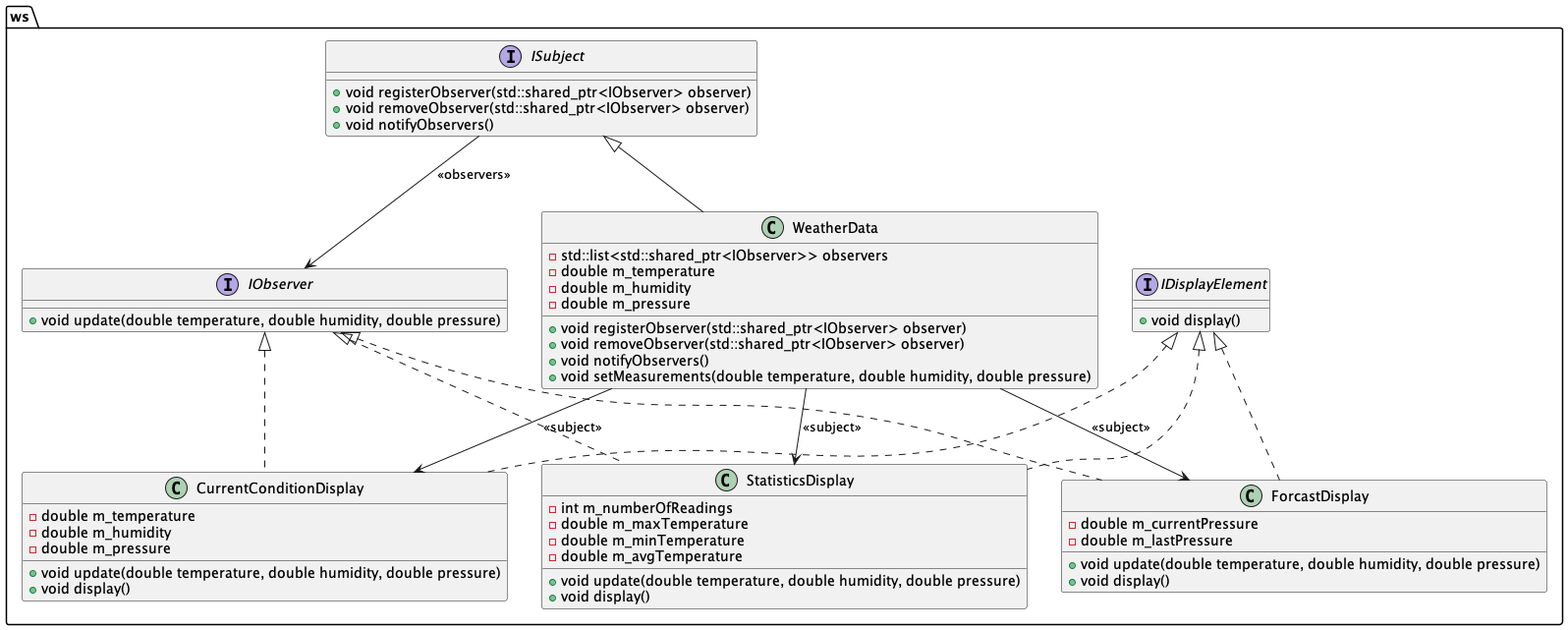
Earlier version of the PlantUML export chapter-02-observer/docs/class-diagram.png (mrezabayat/head-first-design-patterns).
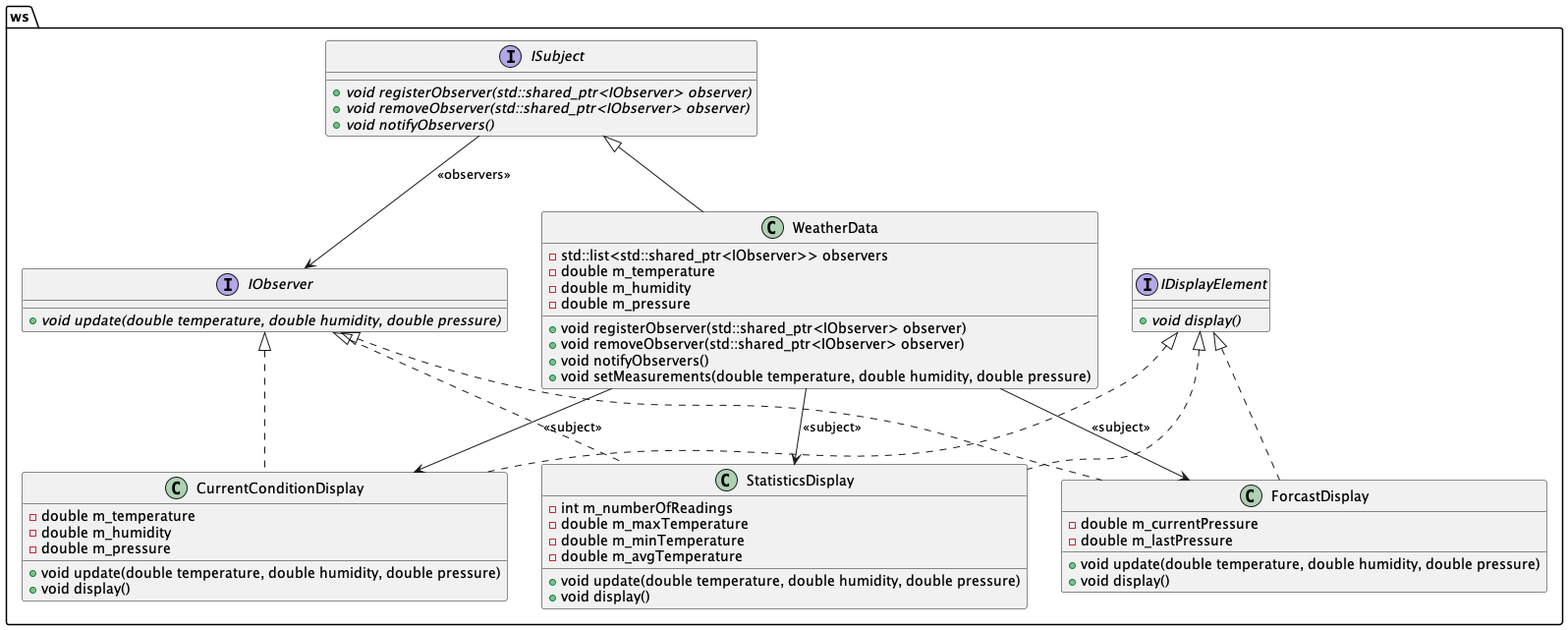
After the change.

Commit message:
Correct the abstract methods in the UML diagrams

What changed in the source:
```diff
@@ -3,17 +3,17 @@
 namespace ws {
 
 interface IObserver {
-  +void update(double temperature, double humidity, double pressure)
+  +{abstract} void update(double temperature, double humidity, double pressure)
 }
 
 interface ISubject {
-  +void registerObserver(std::shared_ptr<IObserver> observer)
-  +void removeObserver(std::shared_ptr<IObserver> observer)
-  +void notifyObservers()
+  +{abstract} void registerObserver(std::shared_ptr<IObserver> observer)
+  +{abstract} void removeObserver(std::shared_ptr<IObserver> observer)
+  +{abstract} void notifyObservers()
 }
 
 interface IDisplayElement {
-  +void display()
+  +{abstract} void display()
 }
 
 class WeatherData {
```
